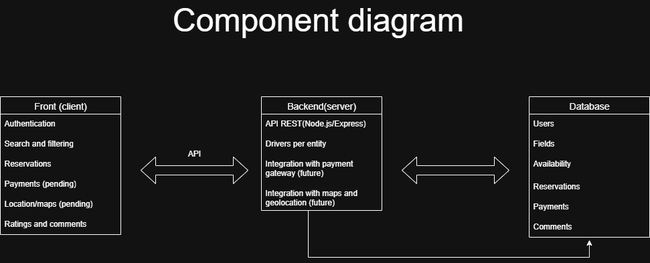
Earlier version of the draw.io export docs/ComponentDiagram.png (Conusion103/Skybolt). Source tidied: cells renumbered, new cells last; positions are measured from the earlier drawing's top-left corner, leaving out a move shared by most shapes.
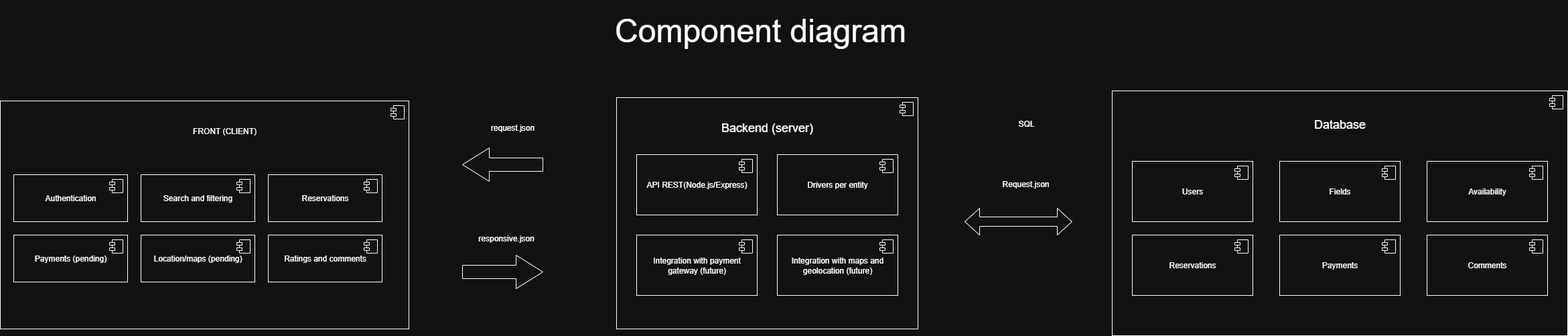
After the commit.

Commit message:
update the component diagram

The edit, as a diff of the source:
```diff
@@ -2,95 +2,190 @@
   <root>
     <mxCell id="0" />
     <mxCell id="1" parent="0" />
-    <mxCell id="2" value="Front (client)" style="swimlane;fontStyle=0;horizontal=1;startSize=26;align=center;fontSize=14;" parent="1" vertex="1">
-      <mxGeometry y="130" width="180" height="206" as="geometry" />
-    </mxCell>
+    <mxCell id="27" value="&lt;span style=&quot;font-size: 48px;&quot;&gt;Component diagram&lt;/span&gt;" style="text;html=1;align=center;verticalAlign=middle;whiteSpace=wrap;rounded=0;" parent="1" vertex="1">
+      <mxGeometry x="860" width="510" height="90" as="geometry" />
+    </mxCell>
+    <mxCell id="28" style="html=1;whiteSpace=wrap;" parent="1" vertex="1">
+      <mxGeometry x="-20" y="150" width="610" height="340" as="geometry" />
+    </mxCell>
+    <mxCell id="29" style="shape=module;jettyWidth=8;jettyHeight=4;" parent="28" vertex="1">
+      <mxGeometry x="1" width="20" height="20" relative="1" as="geometry">
+        <mxPoint x="-27" y="7" as="offset" />
+      </mxGeometry>
+    </mxCell>
-    <mxCell id="3" value="Authentication" style="text;strokeColor=none;fillColor=none;spacingLeft=4;spacingRight=4;overflow=hidden;fontSize=12;whiteSpace=wrap;html=1;" parent="2" vertex="1">
-      <mxGeometry y="26" width="180" height="30" as="geometry" />
+    <mxCell id="3" value="&lt;span style=&quot;text-align: left;&quot;&gt;Authentication&lt;/span&gt;" style="html=1;whiteSpace=wrap;" parent="1" vertex="1">
+      <mxGeometry y="260" width="170" height="70" as="geometry" />
     </mxCell>
+    <mxCell id="30" style="shape=module;jettyWidth=8;jettyHeight=4;" parent="3" vertex="1">
+      <mxGeometry x="1" width="20" height="20" relative="1" as="geometry">
+        <mxPoint x="-27" y="7" as="offset" />
+      </mxGeometry>
+    </mxCell>
+    <mxCell id="31" value="FRONT (CLIENT)" style="text;html=1;align=center;verticalAlign=middle;whiteSpace=wrap;rounded=0;" parent="1" vertex="1">
+      <mxGeometry x="240" y="180" width="150" height="30" as="geometry" />
+    </mxCell>
-    <mxCell id="4" value="Search and filtering" style="text;strokeColor=none;fillColor=none;spacingLeft=4;spacingRight=4;overflow=hidden;fontSize=12;whiteSpace=wrap;html=1;" parent="2" vertex="1">
-      <mxGeometry y="56" width="180" height="30" as="geometry" />
+    <mxCell id="4" value="&lt;span style=&quot;text-align: left;&quot;&gt;Search and filtering&lt;/span&gt;" style="html=1;whiteSpace=wrap;" parent="1" vertex="1">
+      <mxGeometry x="190" y="260" width="170" height="70" as="geometry" />
     </mxCell>
-    <mxCell id="5" value="Reservations" style="text;strokeColor=none;fillColor=none;spacingLeft=4;spacingRight=4;overflow=hidden;fontSize=12;whiteSpace=wrap;html=1;" parent="2" vertex="1">
-      <mxGeometry y="86" width="180" height="30" as="geometry" />
-    </mxCell>
+    <mxCell id="32" style="shape=module;jettyWidth=8;jettyHeight=4;" parent="4" vertex="1">
+      <mxGeometry x="1" width="20" height="20" relative="1" as="geometry">
+        <mxPoint x="-27" y="7" as="offset" />
+      </mxGeometry>
+    </mxCell>
+    <mxCell id="33" value="&lt;span style=&quot;text-align: left;&quot;&gt;Reservations&lt;/span&gt;" style="html=1;whiteSpace=wrap;" parent="1" vertex="1">
+      <mxGeometry x="380" y="260" width="170" height="70" as="geometry" />
+    </mxCell>
+    <mxCell id="34" style="shape=module;jettyWidth=8;jettyHeight=4;" parent="33" vertex="1">
+      <mxGeometry x="1" width="20" height="20" relative="1" as="geometry">
+        <mxPoint x="-27" y="7" as="offset" />
+      </mxGeometry>
+    </mxCell>
-    <mxCell id="6" value="Payments (pending)" style="text;strokeColor=none;fillColor=none;spacingLeft=4;spacingRight=4;overflow=hidden;fontSize=12;whiteSpace=wrap;html=1;" parent="2" vertex="1">
-      <mxGeometry y="116" width="180" height="30" as="geometry" />
+    <mxCell id="6" value="&lt;span style=&quot;text-align: left;&quot;&gt;Payments (pending)&lt;/span&gt;" style="html=1;whiteSpace=wrap;" parent="1" vertex="1">
+      <mxGeometry y="350" width="170" height="70" as="geometry" />
     </mxCell>
+    <mxCell id="35" style="shape=module;jettyWidth=8;jettyHeight=4;" parent="6" vertex="1">
+      <mxGeometry x="1" width="20" height="20" relative="1" as="geometry">
+        <mxPoint x="-27" y="7" as="offset" />
+      </mxGeometry>
+    </mxCell>
-    <mxCell id="7" value="Location/maps (pending)" style="text;strokeColor=none;fillColor=none;spacingLeft=4;spacingRight=4;overflow=hidden;fontSize=12;whiteSpace=wrap;html=1;" parent="2" vertex="1">
-      <mxGeometry y="146" width="180" height="30" as="geometry" />
+    <mxCell id="7" value="&lt;span style=&quot;text-align: left;&quot;&gt;Location/maps (pending)&lt;/span&gt;" style="html=1;whiteSpace=wrap;" parent="1" vertex="1">
+      <mxGeometry x="190" y="350" width="170" height="70" as="geometry" />
     </mxCell>
+    <mxCell id="36" style="shape=module;jettyWidth=8;jettyHeight=4;" parent="7" vertex="1">
+      <mxGeometry x="1" width="20" height="20" relative="1" as="geometry">
+        <mxPoint x="-27" y="7" as="offset" />
+      </mxGeometry>
+    </mxCell>
-    <mxCell id="8" value="Ratings and comments" style="text;strokeColor=none;fillColor=none;spacingLeft=4;spacingRight=4;overflow=hidden;fontSize=12;whiteSpace=wrap;html=1;" parent="2" vertex="1">
-      <mxGeometry y="176" width="180" height="30" as="geometry" />
+    <mxCell id="8" value="&lt;span style=&quot;text-align: left;&quot;&gt;Ratings and comments&lt;/span&gt;" style="html=1;whiteSpace=wrap;" parent="1" vertex="1">
+      <mxGeometry x="380" y="350" width="170" height="70" as="geometry" />
     </mxCell>
-    <mxCell id="9" style="html=1;shadow=0;dashed=0;align=center;verticalAlign=middle;shape=mxgraph.arrows2.twoWayArrow;dy=0.65;dx=22;" parent="1" vertex="1">
-      <mxGeometry x="210" y="220" width="160" height="40" as="geometry" />
-    </mxCell>
-    <mxCell id="10" value="API" style="text;html=1;align=center;verticalAlign=middle;whiteSpace=wrap;rounded=0;" parent="1" vertex="1">
-      <mxGeometry x="260" y="200" width="60" height="30" as="geometry" />
-    </mxCell>
-    <mxCell id="11" value="Backend(server)" style="swimlane;fontStyle=0;horizontal=1;startSize=26;align=center;fontSize=14;" parent="1" vertex="1">
-      <mxGeometry x="390" y="130" width="180" height="170" as="geometry" />
-    </mxCell>
+    <mxCell id="37" style="shape=module;jettyWidth=8;jettyHeight=4;" parent="8" vertex="1">
+      <mxGeometry x="1" width="20" height="20" relative="1" as="geometry">
+        <mxPoint x="-27" y="7" as="offset" />
+      </mxGeometry>
+    </mxCell>
+    <mxCell id="38" style="html=1;shadow=0;dashed=0;align=center;verticalAlign=middle;shape=mxgraph.arrows2.arrow;dy=0.6;dx=40;flipH=1;notch=0;" parent="1" vertex="1">
+      <mxGeometry x="670" y="220" width="120" height="50" as="geometry" />
+    </mxCell>
+    <mxCell id="39" style="html=1;shadow=0;dashed=0;align=center;verticalAlign=middle;shape=mxgraph.arrows2.arrow;dy=0.6;dx=40;notch=0;" parent="1" vertex="1">
+      <mxGeometry x="670" y="380" width="120" height="50" as="geometry" />
+    </mxCell>
+    <mxCell id="40" value="request.json" style="text;html=1;align=center;verticalAlign=middle;whiteSpace=wrap;rounded=0;" parent="1" vertex="1">
+      <mxGeometry x="700" y="170" width="90" height="40" as="geometry" />
+    </mxCell>
+    <mxCell id="41" value="responsive.json" style="text;html=1;align=center;verticalAlign=middle;strokeColor=none;fillColor=none;" parent="1" vertex="1">
+      <mxGeometry x="680" y="340" width="110" height="30" as="geometry" />
+    </mxCell>
+    <mxCell id="42" style="html=1;whiteSpace=wrap;" parent="1" vertex="1">
+      <mxGeometry x="900" y="145" width="450" height="345" as="geometry" />
+    </mxCell>
+    <mxCell id="43" style="shape=module;jettyWidth=8;jettyHeight=4;" parent="42" vertex="1">
+      <mxGeometry x="1" width="20" height="20" relative="1" as="geometry">
+        <mxPoint x="-27" y="7" as="offset" />
+      </mxGeometry>
+    </mxCell>
+    <mxCell id="44" value="&lt;font style=&quot;font-size: 18px;&quot;&gt;Backend (server)&lt;/font&gt;" style="text;html=1;align=center;verticalAlign=middle;whiteSpace=wrap;rounded=0;" parent="1" vertex="1">
+      <mxGeometry x="1050" y="175" width="150" height="30" as="geometry" />
+    </mxCell>
-    <mxCell id="12" value="API REST(Node.js/Express)" style="text;strokeColor=none;fillColor=none;spacingLeft=4;spacingRight=4;overflow=hidden;fontSize=12;whiteSpace=wrap;html=1;" parent="11" vertex="1">
-      <mxGeometry y="26" width="180" height="30" as="geometry" />
+    <mxCell id="12" value="&lt;span style=&quot;text-align: left;&quot;&gt;API REST(Node.js/Express)&lt;/span&gt;" style="html=1;whiteSpace=wrap;" parent="1" vertex="1">
+      <mxGeometry x="930" y="230" width="180" height="90" as="geometry" />
     </mxCell>
+    <mxCell id="45" style="shape=module;jettyWidth=8;jettyHeight=4;" parent="12" vertex="1">
+      <mxGeometry x="1" width="20" height="20" relative="1" as="geometry">
+        <mxPoint x="-27" y="7" as="offset" />
+      </mxGeometry>
+    </mxCell>
-    <mxCell id="13" value="Drivers per entity" style="text;strokeColor=none;fillColor=none;spacingLeft=4;spacingRight=4;overflow=hidden;fontSize=12;whiteSpace=wrap;html=1;" parent="11" vertex="1">
-      <mxGeometry y="56" width="180" height="30" as="geometry" />
+    <mxCell id="13" value="&lt;span style=&quot;text-align: left;&quot;&gt;Drivers per entity&lt;/span&gt;" style="html=1;whiteSpace=wrap;" parent="1" vertex="1">
+      <mxGeometry x="1140" y="230" width="180" height="90" as="geometry" />
     </mxCell>
+    <mxCell id="46" style="shape=module;jettyWidth=8;jettyHeight=4;" parent="13" vertex="1">
+      <mxGeometry x="1" width="20" height="20" relative="1" as="geometry">
+        <mxPoint x="-27" y="7" as="offset" />
+      </mxGeometry>
+    </mxCell>
-    <mxCell id="14" value="Integration with payment gateway (future)" style="text;strokeColor=none;fillColor=none;spacingLeft=4;spacingRight=4;overflow=hidden;fontSize=12;whiteSpace=wrap;html=1;" parent="11" vertex="1">
-      <mxGeometry y="86" width="180" height="44" as="geometry" />
+    <mxCell id="14" value="&lt;span style=&quot;text-align: left;&quot;&gt;Integration with payment gateway (future)&lt;/span&gt;" style="html=1;whiteSpace=wrap;" parent="1" vertex="1">
+      <mxGeometry x="930" y="350" width="180" height="90" as="geometry" />
     </mxCell>
+    <mxCell id="47" style="shape=module;jettyWidth=8;jettyHeight=4;" parent="14" vertex="1">
+      <mxGeometry x="1" width="20" height="20" relative="1" as="geometry">
+        <mxPoint x="-27" y="7" as="offset" />
+      </mxGeometry>
+    </mxCell>
-    <mxCell id="15" value="Integration with maps and geolocation (future)" style="text;strokeColor=none;fillColor=none;spacingLeft=4;spacingRight=4;overflow=hidden;fontSize=12;whiteSpace=wrap;html=1;" parent="11" vertex="1">
-      <mxGeometry y="130" width="180" height="40" as="geometry" />
+    <mxCell id="15" value="&lt;span style=&quot;text-align: left;&quot;&gt;Integration with maps and geolocation (future)&lt;/span&gt;" style="html=1;whiteSpace=wrap;" parent="1" vertex="1">
+      <mxGeometry x="1140" y="350" width="180" height="90" as="geometry" />
     </mxCell>
-    <mxCell id="16" style="html=1;shadow=0;dashed=0;align=center;verticalAlign=middle;shape=mxgraph.arrows2.twoWayArrow;dy=0.65;dx=22;" parent="1" vertex="1">
-      <mxGeometry x="600" y="220" width="160" height="40" as="geometry" />
-    </mxCell>
+    <mxCell id="48" style="shape=module;jettyWidth=8;jettyHeight=4;" parent="15" vertex="1">
+      <mxGeometry x="1" width="20" height="20" relative="1" as="geometry">
+        <mxPoint x="-27" y="7" as="offset" />
+      </mxGeometry>
+    </mxCell>
+    <mxCell id="49" style="html=1;shadow=0;dashed=0;align=center;verticalAlign=middle;shape=mxgraph.arrows2.twoWayArrow;dy=0.65;dx=22;" parent="1" vertex="1">
+      <mxGeometry x="1420" y="310" width="160" height="40" as="geometry" />
+    </mxCell>
+    <mxCell id="50" value="SQL" style="text;strokeColor=none;fillColor=none;align=left;verticalAlign=top;spacingLeft=4;spacingRight=4;overflow=hidden;whiteSpace=wrap;html=1;" parent="1" vertex="1">
+      <mxGeometry x="1494" y="170" width="100" height="26" as="geometry" />
+    </mxCell>
+    <mxCell id="51" value="Request.json" style="text;strokeColor=none;fillColor=none;align=left;verticalAlign=top;spacingLeft=4;spacingRight=4;overflow=hidden;whiteSpace=wrap;html=1;" parent="1" vertex="1">
+      <mxGeometry x="1470" y="260" width="100" height="26" as="geometry" />
+    </mxCell>
+    <mxCell id="52" style="html=1;whiteSpace=wrap;" parent="1" vertex="1">
+      <mxGeometry x="1640" y="135" width="680" height="365" as="geometry" />
+    </mxCell>
+    <mxCell id="53" style="shape=module;jettyWidth=8;jettyHeight=4;" parent="52" vertex="1">
+      <mxGeometry x="1" width="20" height="20" relative="1" as="geometry">
+        <mxPoint x="-27" y="7" as="offset" />
+      </mxGeometry>
+    </mxCell>
-    <mxCell id="17" value="Database" style="swimlane;fontStyle=0;horizontal=1;startSize=26;align=center;fontSize=14;" parent="1" vertex="1">
-      <mxGeometry x="790" y="130" width="180" height="210" as="geometry" />
+    <mxCell id="17" value="&lt;font style=&quot;font-size: 18px;&quot;&gt;Database&lt;/font&gt;" style="text;html=1;align=center;verticalAlign=middle;whiteSpace=wrap;rounded=0;" parent="1" vertex="1">
+      <mxGeometry x="1905" y="170" width="150" height="30" as="geometry" />
     </mxCell>
-    <mxCell id="18" value="Users" style="text;strokeColor=none;fillColor=none;spacingLeft=4;spacingRight=4;overflow=hidden;fontSize=12;whiteSpace=wrap;html=1;" parent="17" vertex="1">
-      <mxGeometry y="26" width="180" height="30" as="geometry" />
+    <mxCell id="18" value="&lt;span style=&quot;text-align: left;&quot;&gt;Users&lt;/span&gt;" style="html=1;whiteSpace=wrap;" parent="1" vertex="1">
+      <mxGeometry x="1670" y="240" width="180" height="90" as="geometry" />
     </mxCell>
+    <mxCell id="54" style="shape=module;jettyWidth=8;jettyHeight=4;" parent="18" vertex="1">
+      <mxGeometry x="1" width="20" height="20" relative="1" as="geometry">
+        <mxPoint x="-27" y="7" as="offset" />
+      </mxGeometry>
+    </mxCell>
-    <mxCell id="19" value="Fields" style="text;strokeColor=none;fillColor=none;spacingLeft=4;spacingRight=4;overflow=hidden;fontSize=12;whiteSpace=wrap;html=1;" parent="17" vertex="1">
-      <mxGeometry y="56" width="180" height="30" as="geometry" />
+    <mxCell id="19" value="&lt;span style=&quot;text-align: left;&quot;&gt;Fields&lt;/span&gt;" style="html=1;whiteSpace=wrap;" parent="1" vertex="1">
+      <mxGeometry x="1890" y="240" width="180" height="90" as="geometry" />
     </mxCell>
+    <mxCell id="55" style="shape=module;jettyWidth=8;jettyHeight=4;" parent="19" vertex="1">
+      <mxGeometry x="1" width="20" height="20" relative="1" as="geometry">
+        <mxPoint x="-27" y="7" as="offset" />
+      </mxGeometry>
+    </mxCell>
-    <mxCell id="20" value="Availability" style="text;strokeColor=none;fillColor=none;spacingLeft=4;spacingRight=4;overflow=hidden;fontSize=12;whiteSpace=wrap;html=1;" parent="17" vertex="1">
-      <mxGeometry y="86" width="180" height="34" as="geometry" />
+    <mxCell id="20" value="&lt;span style=&quot;text-align: left;&quot;&gt;Availability&lt;/span&gt;" style="html=1;whiteSpace=wrap;" parent="1" vertex="1">
+      <mxGeometry x="2110" y="240" width="180" height="90" as="geometry" />
     </mxCell>
-    <mxCell id="21" value="Reservations" style="text;strokeColor=none;fillColor=none;spacingLeft=4;spacingRight=4;overflow=hidden;fontSize=12;whiteSpace=wrap;html=1;" parent="17" vertex="1">
-      <mxGeometry y="120" width="180" height="30" as="geometry" />
-    </mxCell>
+    <mxCell id="56" style="shape=module;jettyWidth=8;jettyHeight=4;" parent="20" vertex="1">
+      <mxGeometry x="1" width="20" height="20" relative="1" as="geometry">
+        <mxPoint x="-27" y="7" as="offset" />
+      </mxGeometry>
+    </mxCell>
+    <mxCell id="57" value="&lt;span style=&quot;text-align: left;&quot;&gt;Reservations&lt;/span&gt;" style="html=1;whiteSpace=wrap;" parent="1" vertex="1">
+      <mxGeometry x="1670" y="350" width="180" height="90" as="geometry" />
+    </mxCell>
+    <mxCell id="58" style="shape=module;jettyWidth=8;jettyHeight=4;" parent="57" vertex="1">
+      <mxGeometry x="1" width="20" height="20" relative="1" as="geometry">
+        <mxPoint x="-27" y="7" as="offset" />
+      </mxGeometry>
+    </mxCell>
-    <mxCell id="22" value="Payments" style="text;strokeColor=none;fillColor=none;spacingLeft=4;spacingRight=4;overflow=hidden;fontSize=12;whiteSpace=wrap;html=1;" parent="17" vertex="1">
-      <mxGeometry y="150" width="180" height="30" as="geometry" />
+    <mxCell id="22" value="&lt;span style=&quot;text-align: left;&quot;&gt;Payments&lt;/span&gt;" style="html=1;whiteSpace=wrap;" parent="1" vertex="1">
+      <mxGeometry x="1890" y="350" width="180" height="90" as="geometry" />
     </mxCell>
+    <mxCell id="59" style="shape=module;jettyWidth=8;jettyHeight=4;" parent="22" vertex="1">
+      <mxGeometry x="1" width="20" height="20" relative="1" as="geometry">
+        <mxPoint x="-27" y="7" as="offset" />
+      </mxGeometry>
+    </mxCell>
-    <mxCell id="23" value="Comments" style="text;strokeColor=none;fillColor=none;spacingLeft=4;spacingRight=4;overflow=hidden;fontSize=12;whiteSpace=wrap;html=1;" parent="17" vertex="1">
-      <mxGeometry y="180" width="180" height="30" as="geometry" />
+    <mxCell id="23" value="&lt;span style=&quot;text-align: left;&quot;&gt;Comments&lt;/span&gt;" style="html=1;whiteSpace=wrap;" parent="1" vertex="1">
+      <mxGeometry x="2110" y="350" width="180" height="90" as="geometry" />
     </mxCell>
-    <mxCell id="24" style="endArrow=none;html=1;rounded=0;" parent="1" edge="1">
-      <mxGeometry relative="1" as="geometry">
-        <mxPoint x="460" y="370" as="sourcePoint" />
-        <mxPoint x="460" y="300" as="targetPoint" />
-      </mxGeometry>
-    </mxCell>
-    <mxCell id="25" style="endArrow=none;html=1;rounded=0;" parent="1" edge="1">
-      <mxGeometry relative="1" as="geometry">
-        <mxPoint x="460" y="370" as="sourcePoint" />
-        <mxPoint x="880" y="370" as="targetPoint" />
-      </mxGeometry>
-    </mxCell>
-    <mxCell id="26" style="endArrow=classic;html=1;rounded=0;entryX=0.517;entryY=1.133;entryDx=0;entryDy=0;entryPerimeter=0;" parent="1" edge="1">
-      <mxGeometry relative="1" as="geometry">
-        <mxPoint x="879.9" y="370" as="sourcePoint" />
-        <mxPoint x="880" y="344" as="targetPoint" />
-        <Array as="points">
-          <mxPoint x="879.9" y="360" />
-        </Array>
-      </mxGeometry>
-    </mxCell>
-    <mxCell id="27" value="&lt;font style=&quot;font-size: 48px;&quot;&gt;Component diagram&lt;/font&gt;" style="text;html=1;align=center;verticalAlign=middle;whiteSpace=wrap;rounded=0;" parent="1" vertex="1">
-      <mxGeometry x="120" width="710" height="30" as="geometry" />
-    </mxCell>
+    <mxCell id="60" style="shape=module;jettyWidth=8;jettyHeight=4;" parent="23" vertex="1">
+      <mxGeometry x="1" width="20" height="20" relative="1" as="geometry">
+        <mxPoint x="-27" y="7" as="offset" />
+      </mxGeometry>
+    </mxCell>
   </root>
 </mxGraphModel>
```
